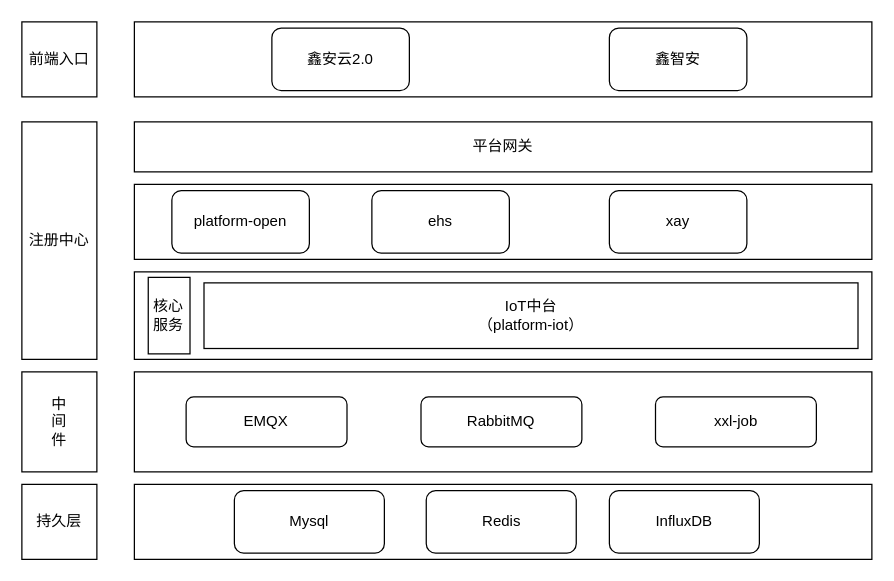
Rain-ziyu/img keeps this draw.io diagram as iot技术架构图.drawio. Above is the earlier version. Source tidied: cells renumbered, new cells numbered last; positions are measured from the earlier drawing's top-left corner, leaving out a move shared by most shapes. Both pictures are drawn from the tidied source at 125%, with x=0, y=0 at pixel (21, 21).
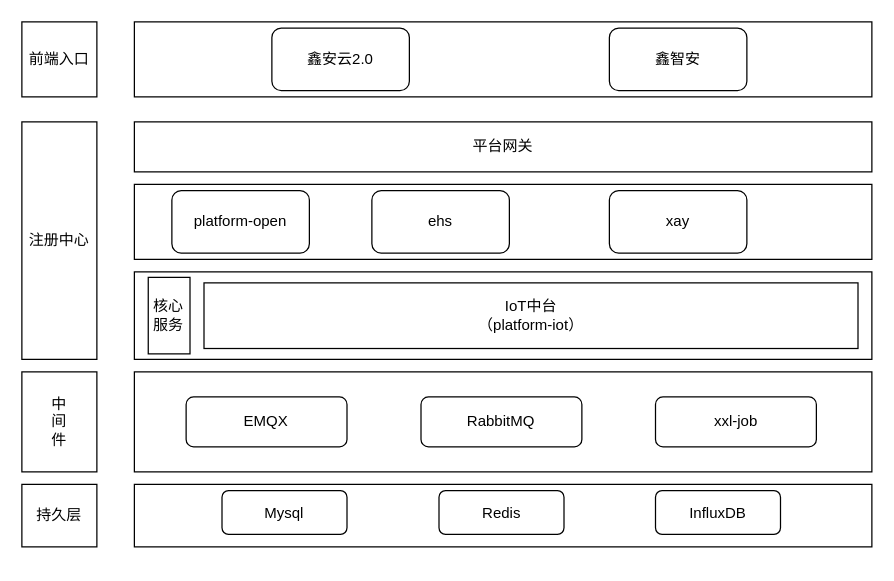
Above is the later version.

Commit message (it also covers changes not shown here):
更新iot技术架构图.drawio

The edit, as a diff of the source:
```diff
@@
-    <mxCell id="17" value="持久层" style="whiteSpace=wrap;html=1;" parent="1" vertex="1">
-      <mxGeometry y="370" width="60" height="60" as="geometry" />
-    </mxCell>
     <mxCell id="18" style="rounded=0;whiteSpace=wrap;html=1;" parent="1" vertex="1">
-      <mxGeometry x="90" y="370" width="590" height="60" as="geometry" />
+      <mxGeometry x="90" y="370" width="590" height="50" as="geometry" />
     </mxCell>
     <mxCell id="19" value="Mysql" style="rounded=1;whiteSpace=wrap;html=1;" parent="1" vertex="1">
-      <mxGeometry x="170" y="375" width="120" height="50" as="geometry" />
+      <mxGeometry x="160.1" y="375" width="100" height="35" as="geometry" />
     </mxCell>
     <mxCell id="20" value="InfluxDB" style="rounded=1;whiteSpace=wrap;html=1;" parent="1" vertex="1">
-      <mxGeometry x="470" y="375" width="120" height="50" as="geometry" />
+      <mxGeometry x="506.9" y="375" width="100" height="35" as="geometry" />
     </mxCell>
     <mxCell id="21" value="Redis" style="rounded=1;whiteSpace=wrap;html=1;" parent="1" vertex="1">
-      <mxGeometry x="323.5" y="375" width="120" height="50" as="geometry" />
+      <mxGeometry x="333.7" y="375" width="100" height="35" as="geometry" />
     </mxCell>
@@
+    <mxCell id="17" value="持久层" style="rounded=0;whiteSpace=wrap;html=1;" parent="1" vertex="1">
+      <mxGeometry y="370" width="60" height="50" as="geometry" />
+    </mxCell>
```
